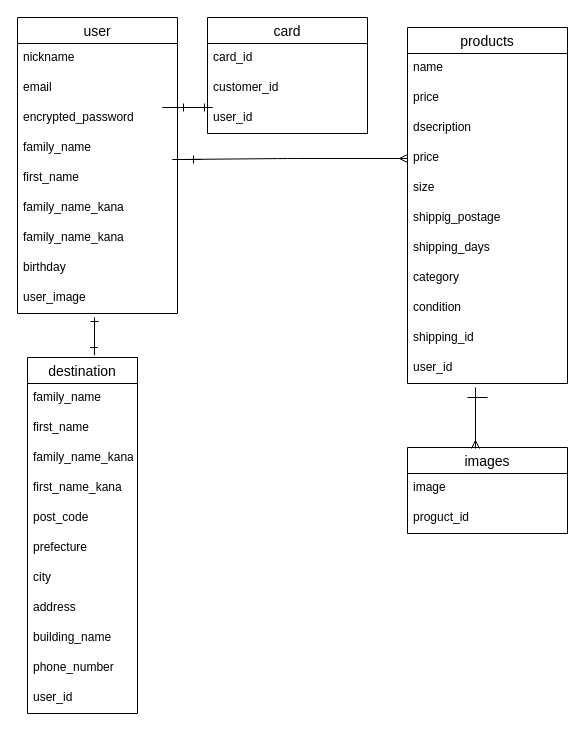
Before: furima.dio in reicooooo/furima-37713, a draw.io diagram. Source tidied: cells renumbered, new cells numbered last; positions are measured from the earlier drawing's top-left corner, leaving out a move shared by most shapes. Both pictures are drawn from the tidied source at 100%, with x=0, y=0 at pixel (17, 17).
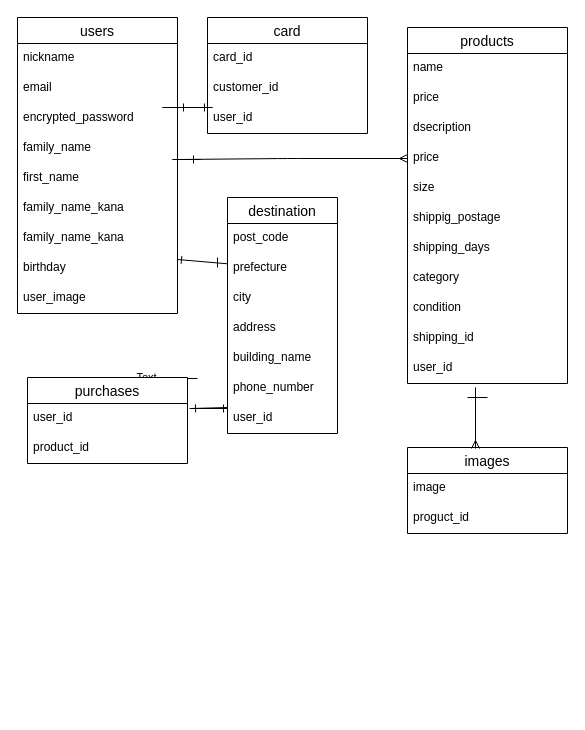
The same diagram, later.

Unchanged cells that the change refers to:
```xml
<mxCell id="23" value="birthday" style="text;strokeColor=none;fillColor=none;spacingLeft=4;spacingRight=4;overflow=hidden;points=[[0,0.5],[1,0.5]];portConstraint=eastwest;fontSize=12;" parent="14" vertex="1">
  <mxGeometry y="236" width="160" height="30" as="geometry" />
</mxCell>
```

The edit, as a diff of the source:
```diff
@@
-    <mxCell id="14" value="user" style="swimlane;fontStyle=0;horizontal=1;startSize=26;align=center;fontSize=14;" parent="1" vertex="1">
+    <mxCell id="14" value="users" style="swimlane;fontStyle=0;horizontal=1;startSize=26;align=center;fontSize=14;" parent="1" vertex="1">
       <mxGeometry width="160" height="296" as="geometry" />
     </mxCell>
@@
     <mxCell id="27" value="destination" style="swimlane;fontStyle=0;horizontal=1;startSize=26;align=center;fontSize=14;" parent="1" vertex="1">
-      <mxGeometry x="10" y="340" width="110" height="356" as="geometry" />
+      <mxGeometry x="210" y="180" width="110" height="236" as="geometry" />
     </mxCell>
-    <mxCell id="28" value="family_name&#10;" style="text;strokeColor=none;fillColor=none;spacingLeft=4;spacingRight=4;overflow=hidden;fontSize=12;" parent="27" vertex="1">
-      <mxGeometry y="26" width="110" height="30" as="geometry" />
-    </mxCell>
-    <mxCell id="29" value="first_name" style="text;strokeColor=none;fillColor=none;spacingLeft=4;spacingRight=4;overflow=hidden;fontSize=12;" parent="27" vertex="1">
-      <mxGeometry y="56" width="110" height="30" as="geometry" />
-    </mxCell>
-    <mxCell id="30" value="family_name_kana" style="text;strokeColor=none;fillColor=none;spacingLeft=4;spacingRight=4;overflow=hidden;fontSize=12;" parent="27" vertex="1">
-      <mxGeometry y="86" width="110" height="30" as="geometry" />
-    </mxCell>
-    <mxCell id="31" value="first_name_kana" style="text;strokeColor=none;fillColor=none;spacingLeft=4;spacingRight=4;overflow=hidden;fontSize=12;" parent="27" vertex="1">
-      <mxGeometry y="116" width="110" height="30" as="geometry" />
-    </mxCell>
     <mxCell id="32" value="post_code" style="text;strokeColor=none;fillColor=none;spacingLeft=4;spacingRight=4;overflow=hidden;fontSize=12;" parent="27" vertex="1">
-      <mxGeometry y="146" width="110" height="30" as="geometry" />
+      <mxGeometry y="26" width="110" height="30" as="geometry" />
     </mxCell>
     <mxCell id="33" value="prefecture" style="text;strokeColor=none;fillColor=none;spacingLeft=4;spacingRight=4;overflow=hidden;points=[[0,0.5],[1,0.5]];portConstraint=eastwest;fontSize=12;" parent="27" vertex="1">
-      <mxGeometry y="176" width="110" height="30" as="geometry" />
+      <mxGeometry y="56" width="110" height="30" as="geometry" />
     </mxCell>
     <mxCell id="34" value="city" style="text;strokeColor=none;fillColor=none;spacingLeft=4;spacingRight=4;overflow=hidden;fontSize=12;" parent="27" vertex="1">
-      <mxGeometry y="206" width="110" height="30" as="geometry" />
+      <mxGeometry y="86" width="110" height="30" as="geometry" />
     </mxCell>
     <mxCell id="35" value="address" style="text;strokeColor=none;fillColor=none;spacingLeft=4;spacingRight=4;overflow=hidden;fontSize=12;" parent="27" vertex="1">
-      <mxGeometry y="236" width="110" height="30" as="geometry" />
+      <mxGeometry y="116" width="110" height="30" as="geometry" />
     </mxCell>
     <mxCell id="36" value="building_name" style="text;strokeColor=none;fillColor=none;spacingLeft=4;spacingRight=4;overflow=hidden;fontSize=12;" parent="27" vertex="1">
-      <mxGeometry y="266" width="110" height="30" as="geometry" />
+      <mxGeometry y="146" width="110" height="30" as="geometry" />
     </mxCell>
     <mxCell id="37" value="phone_number" style="text;strokeColor=none;fillColor=none;spacingLeft=4;spacingRight=4;overflow=hidden;fontSize=12;" parent="27" vertex="1">
-      <mxGeometry y="296" width="110" height="30" as="geometry" />
+      <mxGeometry y="176" width="110" height="30" as="geometry" />
     </mxCell>
     <mxCell id="38" value="user_id" style="text;strokeColor=none;fillColor=none;spacingLeft=4;spacingRight=4;overflow=hidden;fontSize=12;" parent="27" vertex="1">
-      <mxGeometry y="326" width="110" height="30" as="geometry" />
+      <mxGeometry y="206" width="110" height="30" as="geometry" />
     </mxCell>
-    <mxCell id="39" style="fontSize=12;html=1;endArrow=ERone;endFill=1;exitX=0.609;exitY=-0.006;exitDx=0;exitDy=0;exitPerimeter=0;" parent="1" edge="1" source="27">
-      <mxGeometry relative="1" as="geometry">
-        <mxPoint x="77" y="300" as="targetPoint" />
-      </mxGeometry>
+    <mxCell id="39" style="fontSize=12;html=1;endArrow=ERone;endFill=1;entryX=1;entryY=0.2;entryDx=0;entryDy=0;entryPerimeter=0;" parent="1" edge="1" source="33" target="23">
+      <mxGeometry relative="1" as="geometry" />
     </mxCell>
+    <mxCell id="52" value="Text" style="edgeLabel;html=1;align=center;verticalAlign=middle;" parent="39" vertex="1">
+      <mxGeometry x="-0.38" y="1" relative="1" as="geometry">
+        <mxPoint x="-65" y="114" as="offset" />
+      </mxGeometry>
+    </mxCell>
     <mxCell id="40" style="endArrow=none;html=1;" parent="1" edge="1">
       <mxGeometry relative="1" as="geometry">
-        <mxPoint x="80" y="330" as="sourcePoint" />
-        <mxPoint x="80" y="330" as="targetPoint" />
+        <mxPoint x="200" y="240" as="sourcePoint" />
+        <mxPoint x="200" y="250" as="targetPoint" />
         <Array as="points">
-          <mxPoint x="70" y="330" />
+          <mxPoint x="200" y="240" />
         </Array>
       </mxGeometry>
     </mxCell>
@@
+    <mxCell id="53" value="purchases" style="swimlane;fontStyle=0;horizontal=1;startSize=26;align=center;fontSize=14;" parent="1" vertex="1">
+      <mxGeometry x="10" y="360" width="160" height="86" as="geometry" />
+    </mxCell>
+    <mxCell id="54" value="user_id" style="text;strokeColor=none;fillColor=none;spacingLeft=4;spacingRight=4;overflow=hidden;points=[[0,0.5],[1,0.5]];portConstraint=eastwest;fontSize=12;" parent="53" vertex="1">
+      <mxGeometry y="26" width="160" height="30" as="geometry" />
+    </mxCell>
+    <mxCell id="55" value="product_id" style="text;strokeColor=none;fillColor=none;spacingLeft=4;spacingRight=4;overflow=hidden;fontSize=12;" parent="53" vertex="1">
+      <mxGeometry y="56" width="160" height="30" as="geometry" />
+    </mxCell>
+    <mxCell id="56" style="fontSize=12;html=1;endArrow=ERone;endFill=1;exitX=1.013;exitY=0.167;exitDx=0;exitDy=0;exitPerimeter=0;" parent="1" edge="1" source="54">
+      <mxGeometry relative="1" as="geometry">
+        <mxPoint x="210" y="391" as="targetPoint" />
+      </mxGeometry>
+    </mxCell>
+    <mxCell id="57" style="line;strokeWidth=1;dashed=0;labelPosition=right;align=left;verticalAlign=middle;spacingTop=0;spacingLeft=6;" parent="1" vertex="1">
+      <mxGeometry x="170" y="356" width="10" height="10" as="geometry" />
+    </mxCell>
+    <mxCell id="58" style="fontSize=12;html=1;endArrow=ERone;endFill=1;entryX=1.025;entryY=0.167;entryDx=0;entryDy=0;entryPerimeter=0;" parent="1" edge="1" target="54">
+      <mxGeometry relative="1" as="geometry">
+        <mxPoint x="210" y="390" as="sourcePoint" />
+      </mxGeometry>
+    </mxCell>
```
